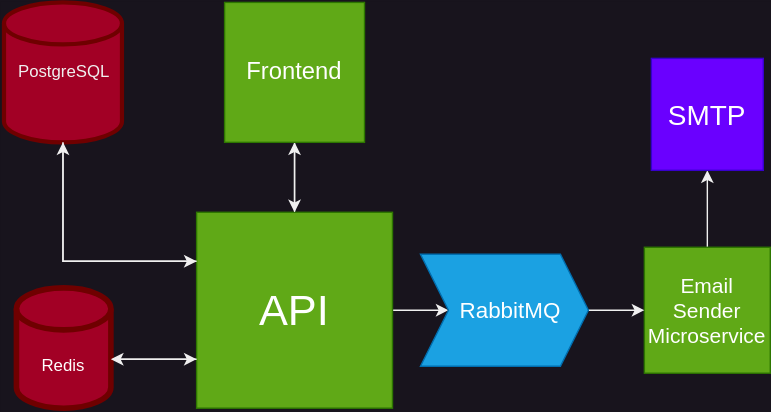
Earlier version of the draw.io export img/paste.svg (zhukovrost/paste-compose). Source tidied: cells renumbered, new cells last; positions are measured from the earlier drawing's top-left corner, leaving out a move shared by most shapes. The source it was exported from:
```xml
<mxGraphModel>
  <root>
    <mxCell id="0" />
    <mxCell id="1" parent="0" />
    <mxCell id="2" style="group;" parent="1" vertex="1">
      <mxGeometry width="90" height="100" as="geometry" />
    </mxCell>
    <mxCell id="3" style="shape=cylinder3;whiteSpace=wrap;html=1;boundedLbl=1;backgroundOutline=1;size=15;fillColor=#a20025;fontColor=#ffffff;strokeColor=#6F0000;strokeWidth=3;" parent="2" vertex="1">
      <mxGeometry x="2.3" width="84.3" height="100" as="geometry" />
    </mxCell>
    <mxCell id="4" value="PostgreSQL" style="text;html=1;align=center;verticalAlign=middle;points=[];strokeColor=none;fillColor=none;strokeWidth=3;" parent="2" vertex="1">
      <mxGeometry y="35" width="90" height="30" as="geometry" />
    </mxCell>
    <mxCell id="5" style="edgeStyle=orthogonalEdgeStyle;rounded=0;jettySize=auto;html=1;exitX=0.5;exitY=0;exitDx=0;exitDy=0;entryX=0.5;entryY=1;entryDx=0;entryDy=0;" parent="1" edge="1" source="7" target="11">
      <mxGeometry relative="1" as="geometry" />
    </mxCell>
    <mxCell id="6" style="edgeStyle=orthogonalEdgeStyle;rounded=0;jettySize=auto;html=1;" parent="1" edge="1" source="7" target="18">
      <mxGeometry relative="1" as="geometry" />
    </mxCell>
    <mxCell id="7" value="API" style="whiteSpace=wrap;html=1;fontSize=31;fillColor=#60a917;strokeColor=#2D7600;fontColor=#ffffff;" parent="1" vertex="1">
      <mxGeometry x="140" y="150" width="140" height="140" as="geometry" />
    </mxCell>
    <mxCell id="8" style="edgeStyle=orthogonalEdgeStyle;rounded=0;jettySize=auto;html=1;exitX=0.5;exitY=0;exitDx=0;exitDy=0;entryX=0.5;entryY=1;entryDx=0;entryDy=0;" parent="1" edge="1" source="9" target="12">
      <mxGeometry relative="1" as="geometry" />
    </mxCell>
    <mxCell id="9" value="Email Sender Microservice" style="whiteSpace=wrap;html=1;fontSize=15;fillColor=#60a917;strokeColor=#2D7600;fontColor=#ffffff;" parent="1" vertex="1">
      <mxGeometry x="460" y="175" width="90" height="90" as="geometry" />
    </mxCell>
    <mxCell id="10" style="edgeStyle=orthogonalEdgeStyle;rounded=0;jettySize=auto;html=1;exitX=0.5;exitY=1;exitDx=0;exitDy=0;entryX=0.5;entryY=0;entryDx=0;entryDy=0;" parent="1" edge="1" source="11" target="7">
      <mxGeometry relative="1" as="geometry" />
    </mxCell>
    <mxCell id="11" value="Frontend" style="whiteSpace=wrap;html=1;fontSize=17;fillColor=#60a917;strokeColor=#2D7600;fontColor=#ffffff;" parent="1" vertex="1">
      <mxGeometry x="160" width="100" height="100" as="geometry" />
    </mxCell>
    <mxCell id="12" value="SMTP" style="whiteSpace=wrap;html=1;fillColor=#6a00ff;fontColor=#ffffff;strokeColor=#3700CC;fontSize=20;" parent="1" vertex="1">
      <mxGeometry x="465" y="40" width="80" height="80" as="geometry" />
    </mxCell>
    <mxCell id="13" style="edgeStyle=orthogonalEdgeStyle;rounded=0;jettySize=auto;html=1;exitX=0;exitY=0.25;exitDx=0;exitDy=0;entryX=0.5;entryY=1;entryDx=0;entryDy=0;entryPerimeter=0;" parent="1" edge="1" source="7" target="3">
      <mxGeometry relative="1" as="geometry" />
    </mxCell>
    <mxCell id="14" style="edgeStyle=orthogonalEdgeStyle;rounded=0;jettySize=auto;html=1;exitX=0.5;exitY=1;exitDx=0;exitDy=0;exitPerimeter=0;entryX=0;entryY=0.25;entryDx=0;entryDy=0;" parent="1" edge="1" source="3" target="7">
      <mxGeometry relative="1" as="geometry" />
    </mxCell>
    <mxCell id="15" style="edgeStyle=orthogonalEdgeStyle;rounded=0;jettySize=auto;html=1;entryX=0;entryY=0.75;entryDx=0;entryDy=0;exitX=1;exitY=0;exitDx=0;exitDy=51;exitPerimeter=0;" parent="1" edge="1" source="16" target="7">
      <mxGeometry relative="1" as="geometry" />
    </mxCell>
    <mxCell id="16" value="Redis" style="shape=cylinder3;whiteSpace=wrap;html=1;boundedLbl=1;backgroundOutline=1;size=15;fillColor=#a20025;fontColor=#ffffff;strokeColor=#6F0000;strokeWidth=4;" parent="1" vertex="1">
      <mxGeometry x="11.2" y="204" width="67.5" height="86" as="geometry" />
    </mxCell>
    <mxCell id="17" style="edgeStyle=orthogonalEdgeStyle;rounded=0;jettySize=auto;html=1;" parent="1" edge="1" source="18" target="9">
      <mxGeometry relative="1" as="geometry" />
    </mxCell>
    <mxCell id="18" value="&amp;nbsp; RabbitMQ" style="shape=step;perimeter=stepPerimeter;whiteSpace=wrap;html=1;fixedSize=1;fontSize=16;size=20;fillColor=#1ba1e2;fontColor=#ffffff;strokeColor=#006EAF;" parent="1" vertex="1">
      <mxGeometry x="300" y="180" width="120" height="80" as="geometry" />
    </mxCell>
    <mxCell id="19" style="edgeStyle=orthogonalEdgeStyle;rounded=0;jettySize=auto;html=1;entryX=1;entryY=0;entryDx=0;entryDy=51;entryPerimeter=0;exitX=0;exitY=0.75;exitDx=0;exitDy=0;" parent="1" edge="1" source="7" target="16">
      <mxGeometry relative="1" as="geometry" />
    </mxCell>
  </root>
</mxGraphModel>
```
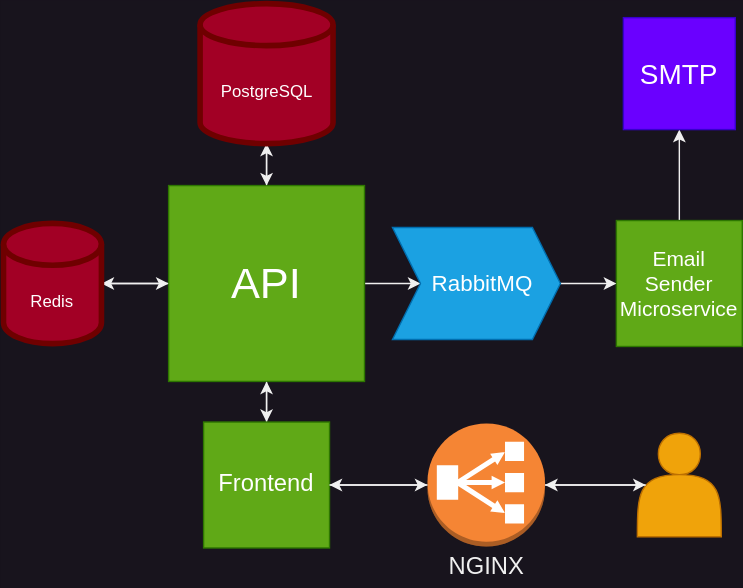
Later version of the same file.

The edit, as a diff of the source:
```diff
@@ -2,21 +2,18 @@
   <root>
     <mxCell id="0" />
     <mxCell id="1" parent="0" />
-    <mxCell id="2" style="group;" parent="1" vertex="1">
-      <mxGeometry width="90" height="100" as="geometry" />
-    </mxCell>
-    <mxCell id="3" style="shape=cylinder3;whiteSpace=wrap;html=1;boundedLbl=1;backgroundOutline=1;size=15;fillColor=#a20025;fontColor=#ffffff;strokeColor=#6F0000;strokeWidth=3;" parent="2" vertex="1">
-      <mxGeometry x="2.3" width="84.3" height="100" as="geometry" />
-    </mxCell>
-    <mxCell id="4" value="PostgreSQL" style="text;html=1;align=center;verticalAlign=middle;points=[];strokeColor=none;fillColor=none;strokeWidth=3;" parent="2" vertex="1">
-      <mxGeometry y="35" width="90" height="30" as="geometry" />
-    </mxCell>
+    <mxCell id="6" style="edgeStyle=orthogonalEdgeStyle;rounded=0;jettySize=auto;html=1;" parent="1" edge="1" source="7" target="18">
+      <mxGeometry relative="1" as="geometry" />
+    </mxCell>
-    <mxCell id="5" style="edgeStyle=orthogonalEdgeStyle;rounded=0;jettySize=auto;html=1;exitX=0.5;exitY=0;exitDx=0;exitDy=0;entryX=0.5;entryY=1;entryDx=0;entryDy=0;" parent="1" edge="1" source="7" target="11">
+    <mxCell id="5" style="edgeStyle=orthogonalEdgeStyle;rounded=0;jettySize=auto;html=1;exitX=0.5;exitY=1;exitDx=0;exitDy=0;entryX=0.5;entryY=0;entryDx=0;entryDy=0;" parent="1" edge="1" source="7" target="11">
       <mxGeometry relative="1" as="geometry" />
     </mxCell>
-    <mxCell id="6" style="edgeStyle=orthogonalEdgeStyle;rounded=0;jettySize=auto;html=1;" parent="1" edge="1" source="7" target="18">
-      <mxGeometry relative="1" as="geometry" />
-    </mxCell>
+    <mxCell id="19" style="edgeStyle=orthogonalEdgeStyle;rounded=0;jettySize=auto;html=1;" parent="1" edge="1" source="7" target="16">
+      <mxGeometry relative="1" as="geometry" />
+    </mxCell>
+    <mxCell id="20" style="edgeStyle=orthogonalEdgeStyle;rounded=0;jettySize=auto;html=1;" parent="1" edge="1" source="7" target="4">
+      <mxGeometry relative="1" as="geometry" />
+    </mxCell>
     <mxCell id="7" value="API" style="whiteSpace=wrap;html=1;fontSize=31;fillColor=#60a917;strokeColor=#2D7600;fontColor=#ffffff;" parent="1" vertex="1">
       <mxGeometry x="140" y="150" width="140" height="140" as="geometry" />
     </mxCell>
@@ -26,26 +23,20 @@
     <mxCell id="9" value="Email Sender Microservice" style="whiteSpace=wrap;html=1;fontSize=15;fillColor=#60a917;strokeColor=#2D7600;fontColor=#ffffff;" parent="1" vertex="1">
       <mxGeometry x="460" y="175" width="90" height="90" as="geometry" />
     </mxCell>
-    <mxCell id="10" style="edgeStyle=orthogonalEdgeStyle;rounded=0;jettySize=auto;html=1;exitX=0.5;exitY=1;exitDx=0;exitDy=0;entryX=0.5;entryY=0;entryDx=0;entryDy=0;" parent="1" edge="1" source="11" target="7">
+    <mxCell id="10" style="edgeStyle=orthogonalEdgeStyle;rounded=0;jettySize=auto;html=1;exitX=0.5;exitY=0;exitDx=0;exitDy=0;entryX=0.5;entryY=1;entryDx=0;entryDy=0;" parent="1" edge="1" source="11" target="7">
       <mxGeometry relative="1" as="geometry" />
     </mxCell>
     <mxCell id="11" value="Frontend" style="whiteSpace=wrap;html=1;fontSize=17;fillColor=#60a917;strokeColor=#2D7600;fontColor=#ffffff;" parent="1" vertex="1">
-      <mxGeometry x="160" width="100" height="100" as="geometry" />
+      <mxGeometry x="165" y="319" width="90" height="90" as="geometry" />
     </mxCell>
     <mxCell id="12" value="SMTP" style="whiteSpace=wrap;html=1;fillColor=#6a00ff;fontColor=#ffffff;strokeColor=#3700CC;fontSize=20;" parent="1" vertex="1">
-      <mxGeometry x="465" y="40" width="80" height="80" as="geometry" />
+      <mxGeometry x="465" y="30" width="80" height="80" as="geometry" />
     </mxCell>
-    <mxCell id="13" style="edgeStyle=orthogonalEdgeStyle;rounded=0;jettySize=auto;html=1;exitX=0;exitY=0.25;exitDx=0;exitDy=0;entryX=0.5;entryY=1;entryDx=0;entryDy=0;entryPerimeter=0;" parent="1" edge="1" source="7" target="3">
-      <mxGeometry relative="1" as="geometry" />
-    </mxCell>
-    <mxCell id="14" style="edgeStyle=orthogonalEdgeStyle;rounded=0;jettySize=auto;html=1;exitX=0.5;exitY=1;exitDx=0;exitDy=0;exitPerimeter=0;entryX=0;entryY=0.25;entryDx=0;entryDy=0;" parent="1" edge="1" source="3" target="7">
-      <mxGeometry relative="1" as="geometry" />
-    </mxCell>
-    <mxCell id="15" style="edgeStyle=orthogonalEdgeStyle;rounded=0;jettySize=auto;html=1;entryX=0;entryY=0.75;entryDx=0;entryDy=0;exitX=1;exitY=0;exitDx=0;exitDy=51;exitPerimeter=0;" parent="1" edge="1" source="16" target="7">
+    <mxCell id="15" style="edgeStyle=orthogonalEdgeStyle;rounded=0;jettySize=auto;html=1;entryX=0;entryY=0.5;entryDx=0;entryDy=0;" parent="1" edge="1" source="16" target="7">
       <mxGeometry relative="1" as="geometry" />
     </mxCell>
     <mxCell id="16" value="Redis" style="shape=cylinder3;whiteSpace=wrap;html=1;boundedLbl=1;backgroundOutline=1;size=15;fillColor=#a20025;fontColor=#ffffff;strokeColor=#6F0000;strokeWidth=4;" parent="1" vertex="1">
-      <mxGeometry x="11.2" y="204" width="67.5" height="86" as="geometry" />
+      <mxGeometry x="22" y="177" width="70" height="86" as="geometry" />
     </mxCell>
     <mxCell id="17" style="edgeStyle=orthogonalEdgeStyle;rounded=0;jettySize=auto;html=1;" parent="1" edge="1" source="18" target="9">
       <mxGeometry relative="1" as="geometry" />
@@ -53,8 +44,35 @@
     <mxCell id="18" value="&amp;nbsp; RabbitMQ" style="shape=step;perimeter=stepPerimeter;whiteSpace=wrap;html=1;fixedSize=1;fontSize=16;size=20;fillColor=#1ba1e2;fontColor=#ffffff;strokeColor=#006EAF;" parent="1" vertex="1">
       <mxGeometry x="300" y="180" width="120" height="80" as="geometry" />
     </mxCell>
-    <mxCell id="19" style="edgeStyle=orthogonalEdgeStyle;rounded=0;jettySize=auto;html=1;entryX=1;entryY=0;entryDx=0;entryDy=51;entryPerimeter=0;exitX=0;exitY=0.75;exitDx=0;exitDy=0;" parent="1" edge="1" source="7" target="16">
-      <mxGeometry relative="1" as="geometry" />
-    </mxCell>
+    <mxCell id="21" style="shape=actor;whiteSpace=wrap;html=1;fillColor=#f0a30a;fontColor=#000000;strokeColor=#BD7000;" parent="1" vertex="1">
+      <mxGeometry x="475" y="327" width="60" height="74" as="geometry" />
+    </mxCell>
+    <mxCell id="22" style="group;" parent="1" vertex="1">
+      <mxGeometry x="325" y="320" width="84" height="118" as="geometry" />
+    </mxCell>
+    <mxCell id="23" style="outlineConnect=0;dashed=0;verticalLabelPosition=bottom;verticalAlign=top;align=center;html=1;shape=mxgraph.aws3.classic_load_balancer;fillColor=#F58534;gradientColor=none;" parent="22" vertex="1">
+      <mxGeometry width="84" height="88" as="geometry" />
+    </mxCell>
+    <mxCell id="24" value="NGINX" style="text;html=1;align=center;verticalAlign=middle;strokeColor=none;fillColor=none;fontSize=17;" parent="22" vertex="1">
+      <mxGeometry x="2" y="88" width="80" height="30" as="geometry" />
+    </mxCell>
+    <mxCell id="25" style="edgeStyle=orthogonalEdgeStyle;rounded=0;jettySize=auto;html=1;exitX=0;exitY=0.5;exitDx=0;exitDy=0;exitPerimeter=0;entryX=1;entryY=0.5;entryDx=0;entryDy=0;" parent="1" edge="1" source="23" target="11">
+      <mxGeometry relative="1" as="geometry" />
+    </mxCell>
+    <mxCell id="26" style="edgeStyle=orthogonalEdgeStyle;rounded=0;jettySize=auto;html=1;exitX=0.1;exitY=0.5;exitDx=0;exitDy=0;exitPerimeter=0;entryX=1;entryY=0.5;entryDx=0;entryDy=0;entryPerimeter=0;" parent="1" edge="1" source="21" target="23">
+      <mxGeometry relative="1" as="geometry" />
+    </mxCell>
+    <mxCell id="27" style="edgeStyle=orthogonalEdgeStyle;rounded=0;jettySize=auto;html=1;exitX=1;exitY=0.5;exitDx=0;exitDy=0;entryX=0;entryY=0.5;entryDx=0;entryDy=0;entryPerimeter=0;" parent="1" edge="1" source="11" target="23">
+      <mxGeometry relative="1" as="geometry" />
+    </mxCell>
+    <mxCell id="28" style="edgeStyle=orthogonalEdgeStyle;rounded=0;jettySize=auto;html=1;exitX=1;exitY=0.5;exitDx=0;exitDy=0;exitPerimeter=0;entryX=0.1;entryY=0.5;entryDx=0;entryDy=0;entryPerimeter=0;" parent="1" edge="1" source="23" target="21">
+      <mxGeometry relative="1" as="geometry" />
+    </mxCell>
+    <mxCell id="29" style="edgeStyle=orthogonalEdgeStyle;rounded=0;jettySize=auto;html=1;exitX=0.5;exitY=1;exitDx=0;exitDy=0;exitPerimeter=0;entryX=0.5;entryY=0;entryDx=0;entryDy=0;" parent="1" edge="1" source="4" target="7">
+      <mxGeometry relative="1" as="geometry" />
+    </mxCell>
+    <mxCell id="4" value="PostgreSQL" style="shape=cylinder3;whiteSpace=wrap;html=1;boundedLbl=1;backgroundOutline=1;size=15;fillColor=#a20025;fontColor=#ffffff;strokeColor=#6F0000;strokeWidth=4;" parent="1" vertex="1">
+      <mxGeometry x="162.5" y="20" width="95" height="100" as="geometry" />
+    </mxCell>
   </root>
 </mxGraphModel>
```
